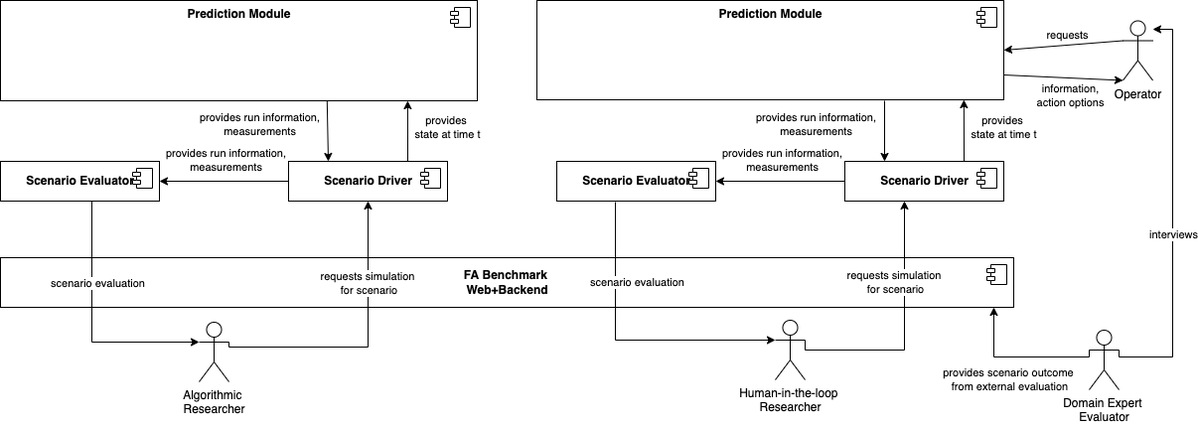
Above: docs/img/readme/Closed_and_Interactive_Loop_Eval.drawio.png in flatland-association/flatland-benchmarks (draw.io), before the change. Source tidied: cells renumbered, new cells last; positions are measured from the earlier drawing's top-left corner, leaving out a move shared by most shapes.
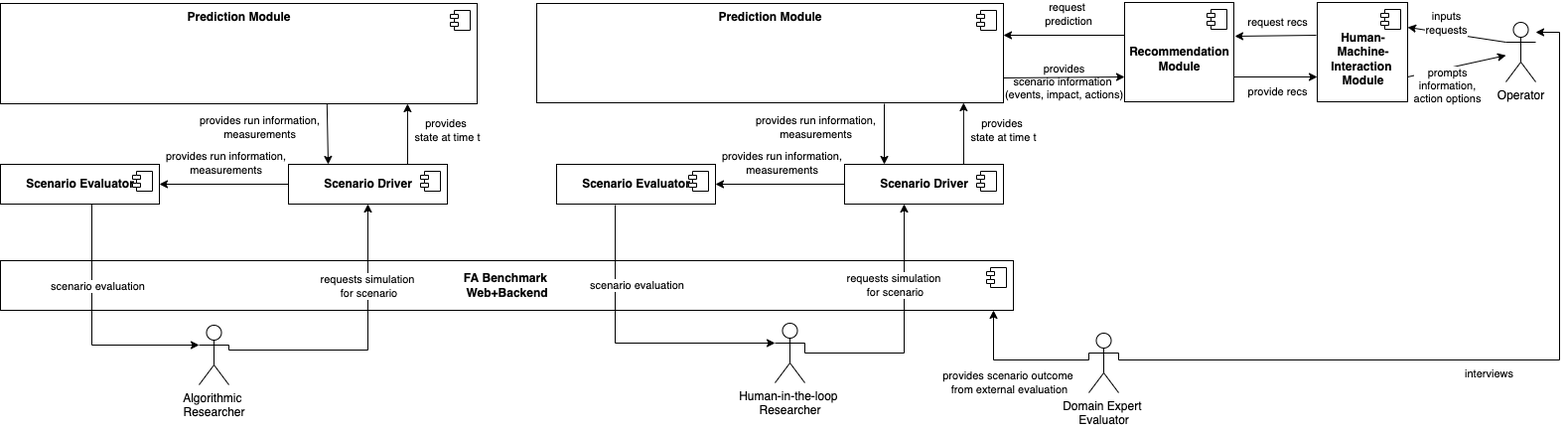
After the commit.

Commit message:
Extract Level 1 modules.

The edit, as a diff of the source:
```diff
@@ -45,20 +45,9 @@
     <mxCell id="11" value="Human-in-the-loop &lt;br&gt;Researcher" style="shape=umlActor;verticalLabelPosition=bottom;verticalAlign=top;html=1;outlineConnect=0;" parent="1" vertex="1">
       <mxGeometry x="780" y="322" width="30" height="60" as="geometry" />
     </mxCell>
-    <mxCell id="12" value="Operator" style="shape=umlActor;verticalLabelPosition=bottom;verticalAlign=top;html=1;outlineConnect=0;" parent="1" vertex="1">
-      <mxGeometry x="1130" y="20.5" width="30" height="60" as="geometry" />
-    </mxCell>
     <mxCell id="13" value="Domain Expert &lt;br&gt;Evaluator" style="shape=umlActor;verticalLabelPosition=bottom;verticalAlign=top;html=1;outlineConnect=0;" parent="1" vertex="1">
       <mxGeometry x="1096" y="332" width="30" height="60" as="geometry" />
     </mxCell>
-    <mxCell id="14" style="endArrow=classic;html=1;rounded=0;entryX=1;entryY=0.5;entryDx=0;entryDy=0;exitX=0;exitY=0.3333333333333333;exitDx=0;exitDy=0;exitPerimeter=0;" parent="1" edge="1" source="12" target="6">
-      <mxGeometry relative="1" as="geometry" />
-    </mxCell>
-    <mxCell id="15" value="requests" style="edgeLabel;html=1;align=center;verticalAlign=middle;" parent="14" vertex="1">
-      <mxGeometry x="-0.12" y="-1" relative="1" as="geometry">
-        <mxPoint x="-4" y="-9" as="offset" />
-      </mxGeometry>
-    </mxCell>
     <mxCell id="16" style="endArrow=classic;startArrow=none;html=1;rounded=0;edgeStyle=orthogonalEdgeStyle;startFill=0;endFill=1;entryX=0;entryY=0.3333333333333333;entryDx=0;entryDy=0;entryPerimeter=0;exitX=0.45;exitY=0.975;exitDx=0;exitDy=0;exitPerimeter=0;" parent="1" edge="1" source="24" target="8">
       <mxGeometry relative="1" as="geometry">
         <Array as="points">
@@ -96,14 +85,6 @@
         <mxPoint x="22" y="18" as="offset" />
       </mxGeometry>
     </mxCell>
-    <mxCell id="22" style="endArrow=classic;html=1;rounded=0;exitX=1;exitY=0.75;exitDx=0;exitDy=0;entryX=0;entryY=1;entryDx=0;entryDy=0;entryPerimeter=0;" parent="1" edge="1" source="6" target="12">
-      <mxGeometry relative="1" as="geometry" />
-    </mxCell>
-    <mxCell id="23" value="information,&lt;br&gt;action options" style="edgeLabel;html=1;align=center;verticalAlign=middle;" parent="22" vertex="1">
-      <mxGeometry x="-0.12" y="-1" relative="1" as="geometry">
-        <mxPoint x="14" y="17" as="offset" />
-      </mxGeometry>
-    </mxCell>
     <mxCell id="24" value="&lt;b&gt;Scenario Evaluator&lt;/b&gt;" style="html=1;verticalAlign=middle;" parent="1" vertex="1">
       <mxGeometry y="162" width="160" height="40" as="geometry" />
     </mxCell>
@@ -123,8 +104,9 @@
     <mxCell id="28" style="endArrow=none;startArrow=classic;html=1;rounded=0;edgeStyle=orthogonalEdgeStyle;endFill=0;startFill=1;entryX=1;entryY=0.3333333333333333;entryDx=0;entryDy=0;entryPerimeter=0;" parent="1" edge="1" source="12" target="13">
       <mxGeometry relative="1" as="geometry">
         <Array as="points">
-          <mxPoint x="1180" y="29" />
-          <mxPoint x="1180" y="359" />
+          <mxPoint x="1570" y="29" />
+          <mxPoint x="1570" y="359" />
+          <mxPoint x="1126" y="359" />
         </Array>
       </mxGeometry>
     </mxCell>
@@ -228,5 +210,62 @@
         <mxPoint x="-69" y="-4" as="offset" />
       </mxGeometry>
     </mxCell>
+    <mxCell id="50" value="&lt;b&gt;&lt;br&gt;Human-&lt;br&gt;Machine-&lt;br&gt;Interaction &lt;br&gt;Module&lt;/b&gt;" style="html=1;verticalAlign=middle;" parent="1" vertex="1">
+      <mxGeometry x="1326" y="-1" width="91" height="100" as="geometry" />
+    </mxCell>
+    <mxCell id="51" style="shape=module;jettyWidth=8;jettyHeight=4;" parent="50" vertex="1">
+      <mxGeometry x="1" width="20" height="20" relative="1" as="geometry">
+        <mxPoint x="-27" y="7" as="offset" />
+      </mxGeometry>
+    </mxCell>
+    <mxCell id="12" value="Operator" style="shape=umlActor;verticalLabelPosition=bottom;verticalAlign=top;html=1;outlineConnect=0;" parent="1" vertex="1">
+      <mxGeometry x="1516" y="19" width="30" height="60" as="geometry" />
+    </mxCell>
+    <mxCell id="52" style="endArrow=classic;html=1;rounded=0;entryX=1;entryY=0.25;entryDx=0;entryDy=0;exitX=0;exitY=0.3333333333333333;exitDx=0;exitDy=0;exitPerimeter=0;" parent="1" edge="1" source="12" target="50">
+      <mxGeometry relative="1" as="geometry" />
+    </mxCell>
+    <mxCell id="53" value="inputs&lt;br&gt;requests" style="edgeLabel;html=1;align=center;verticalAlign=middle;" parent="52" vertex="1">
+      <mxGeometry x="-0.12" y="-1" relative="1" as="geometry">
+        <mxPoint x="-17" y="-12" as="offset" />
+      </mxGeometry>
+    </mxCell>
+    <mxCell id="54" style="endArrow=classic;html=1;rounded=0;exitX=1;exitY=0.75;exitDx=0;exitDy=0;" parent="1" edge="1" source="50" target="12">
+      <mxGeometry relative="1" as="geometry" />
+    </mxCell>
+    <mxCell id="55" value="prompts&lt;br&gt;information,&lt;br&gt;action options" style="edgeLabel;html=1;align=center;verticalAlign=middle;" parent="54" vertex="1">
+      <mxGeometry x="-0.12" y="-1" relative="1" as="geometry">
+        <mxPoint x="-4" y="17" as="offset" />
+      </mxGeometry>
+    </mxCell>
+    <mxCell id="56" style="endArrow=classic;html=1;rounded=0;entryX=1;entryY=0.32;entryDx=0;entryDy=0;entryPerimeter=0;exitX=0.036;exitY=0.33;exitDx=0;exitDy=0;exitPerimeter=0;" parent="1" edge="1" source="60" target="6">
+      <mxGeometry relative="1" as="geometry" />
+    </mxCell>
+    <mxCell id="57" value="request&lt;br&gt;&amp;nbsp;prediction" style="edgeLabel;html=1;align=center;verticalAlign=middle;" parent="56" vertex="1">
+      <mxGeometry x="-0.12" y="-1" relative="1" as="geometry">
+        <mxPoint x="-7" y="-21" as="offset" />
+      </mxGeometry>
+    </mxCell>
+    <mxCell id="58" style="endArrow=classic;html=1;rounded=0;entryX=0;entryY=0.75;entryDx=0;entryDy=0;exitX=1;exitY=0.75;exitDx=0;exitDy=0;" parent="1" edge="1" source="6" target="60">
+      <mxGeometry relative="1" as="geometry" />
+    </mxCell>
+    <mxCell id="59" value="provides&lt;br&gt;scenario information &lt;br&gt;(events, impact, actions)" style="edgeLabel;html=1;align=center;verticalAlign=middle;labelBackgroundColor=none;" parent="58" vertex="1">
+      <mxGeometry x="-0.12" y="-1" relative="1" as="geometry">
+        <mxPoint x="7" y="3" as="offset" />
+      </mxGeometry>
+    </mxCell>
+    <mxCell id="60" value="&lt;b&gt;&lt;br&gt;Recommendation&lt;br&gt;Module&lt;br&gt;&lt;/b&gt;" style="html=1;verticalAlign=middle;" parent="1" vertex="1">
+      <mxGeometry x="1132" y="-1" width="110" height="100" as="geometry" />
+    </mxCell>
+    <mxCell id="61" style="shape=module;jettyWidth=8;jettyHeight=4;" parent="60" vertex="1">
+      <mxGeometry x="1" width="20" height="20" relative="1" as="geometry">
+        <mxPoint x="-27" y="7" as="offset" />
+      </mxGeometry>
+    </mxCell>
+    <mxCell id="62" value="request recs" style="endArrow=classic;html=1;rounded=0;exitX=-0.011;exitY=0.33;exitDx=0;exitDy=0;exitPerimeter=0;entryX=1.009;entryY=0.34;entryDx=0;entryDy=0;entryPerimeter=0;" parent="1" edge="1" source="50" target="60">
+      <mxGeometry x="-0.05" y="-13" relative="1" as="geometry" />
+    </mxCell>
+    <mxCell id="63" value="provide recs" style="endArrow=classic;html=1;rounded=0;exitX=1;exitY=0.75;exitDx=0;exitDy=0;entryX=0;entryY=0.75;entryDx=0;entryDy=0;" parent="1" edge="1" source="60" target="50">
+      <mxGeometry x="0.05" y="-15" relative="1" as="geometry" />
+    </mxCell>
   </root>
 </mxGraphModel>
```
